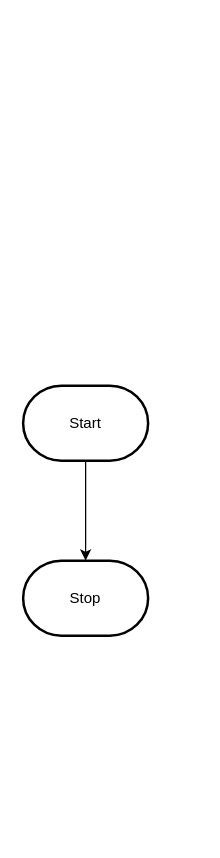
MTHS-ICS2O-2-2022/ICS2O-Unit-5-02-Jaden-Plugowsky keeps this draw.io diagram as design/flowchart.drawio. Above is the earlier version. Source tidied: cells renumbered, new cells numbered last; positions are measured from the earlier drawing's top-left corner, leaving out a move shared by most shapes. Both pictures are drawn from the tidied source at 125%, with x=0, y=0 at pixel (22, 385).
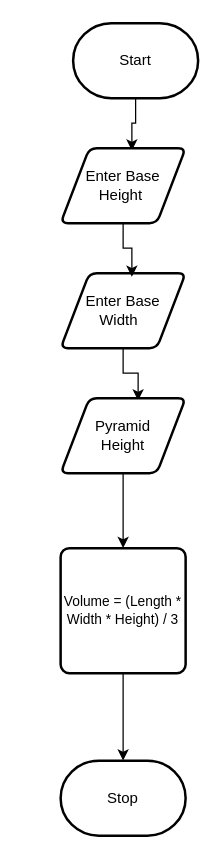
The same diagram, later.

What changed in the source:
```diff
@@
 <mxGraphModel>
   <root>
     <mxCell id="0" />
     <mxCell id="1" parent="0" />
-    <mxCell id="2" style="edgeStyle=orthogonalEdgeStyle;html=1;rounded=0;" parent="1" edge="1" source="3" target="4">
-      <mxGeometry relative="1" as="geometry" />
-    </mxCell>
+    <mxCell id="5" style="edgeStyle=orthogonalEdgeStyle;shape=connector;rounded=0;html=1;entryX=0.57;entryY=0.033;entryDx=0;entryDy=0;entryPerimeter=0;labelBackgroundColor=default;strokeColor=default;fontFamily=Helvetica;fontSize=11;fontColor=default;endArrow=classic;elbow=vertical;jumpStyle=none;" parent="1" edge="1" source="3" target="9">
+      <mxGeometry relative="1" as="geometry" />
+    </mxCell>
     <mxCell id="3" value="Start" style="strokeWidth=2;html=1;shape=mxgraph.flowchart.terminator;whiteSpace=wrap;" parent="1" vertex="1">
-      <mxGeometry width="100" height="60" as="geometry" />
+      <mxGeometry x="40" y="-290" width="100" height="60" as="geometry" />
     </mxCell>
     <mxCell id="4" value="Stop" style="strokeWidth=2;html=1;shape=mxgraph.flowchart.terminator;whiteSpace=wrap;" parent="1" vertex="1">
-      <mxGeometry y="140" width="100" height="60" as="geometry" />
+      <mxGeometry x="30" y="300" width="100" height="60" as="geometry" />
     </mxCell>
+    <mxCell id="6" style="edgeStyle=orthogonalEdgeStyle;shape=connector;rounded=0;html=1;entryX=0.62;entryY=0.033;entryDx=0;entryDy=0;entryPerimeter=0;labelBackgroundColor=default;strokeColor=default;fontFamily=Helvetica;fontSize=11;fontColor=default;endArrow=classic;elbow=vertical;" parent="1" edge="1" source="7" target="11">
+      <mxGeometry relative="1" as="geometry" />
+    </mxCell>
+    <mxCell id="7" value="Enter Base Width&amp;nbsp;&amp;nbsp;" style="shape=parallelogram;html=1;strokeWidth=2;perimeter=parallelogramPerimeter;whiteSpace=wrap;rounded=1;arcSize=12;size=0.23;" parent="1" vertex="1">
+      <mxGeometry x="30" y="-90" width="100" height="60" as="geometry" />
+    </mxCell>
+    <mxCell id="8" style="edgeStyle=orthogonalEdgeStyle;shape=connector;rounded=0;html=1;entryX=0.57;entryY=0.05;entryDx=0;entryDy=0;entryPerimeter=0;labelBackgroundColor=default;strokeColor=default;fontFamily=Helvetica;fontSize=11;fontColor=default;endArrow=classic;elbow=vertical;" parent="1" edge="1" source="9" target="7">
+      <mxGeometry relative="1" as="geometry" />
+    </mxCell>
+    <mxCell id="9" value="Enter Base Height&amp;nbsp;" style="shape=parallelogram;html=1;strokeWidth=2;perimeter=parallelogramPerimeter;whiteSpace=wrap;rounded=1;arcSize=12;size=0.23;" parent="1" vertex="1">
+      <mxGeometry x="30" y="-190" width="100" height="60" as="geometry" />
+    </mxCell>
+    <mxCell id="10" style="edgeStyle=orthogonalEdgeStyle;shape=connector;rounded=0;html=1;entryX=0.5;entryY=0;entryDx=0;entryDy=0;labelBackgroundColor=default;strokeColor=default;fontFamily=Helvetica;fontSize=11;fontColor=default;endArrow=classic;elbow=vertical;" parent="1" edge="1" source="11" target="13">
+      <mxGeometry relative="1" as="geometry" />
+    </mxCell>
+    <mxCell id="11" value="Pyramid&lt;br&gt;Height" style="shape=parallelogram;html=1;strokeWidth=2;perimeter=parallelogramPerimeter;whiteSpace=wrap;rounded=1;arcSize=12;size=0.23;" parent="1" vertex="1">
+      <mxGeometry x="30" y="10" width="100" height="60" as="geometry" />
+    </mxCell>
+    <mxCell id="12" style="edgeStyle=orthogonalEdgeStyle;shape=connector;rounded=0;html=1;entryX=0.5;entryY=0;entryDx=0;entryDy=0;entryPerimeter=0;labelBackgroundColor=default;strokeColor=default;fontFamily=Helvetica;fontSize=11;fontColor=default;endArrow=classic;elbow=vertical;" parent="1" edge="1" source="13" target="4">
+      <mxGeometry relative="1" as="geometry" />
+    </mxCell>
+    <mxCell id="13" value="Volume = (Length * Width * Height) / 3" style="rounded=1;whiteSpace=wrap;html=1;absoluteArcSize=1;arcSize=14;strokeWidth=2;fontFamily=Helvetica;fontSize=11;fontColor=default;" parent="1" vertex="1">
+      <mxGeometry x="30" y="130" width="100" height="100" as="geometry" />
+    </mxCell>
   </root>
 </mxGraphModel>
```
